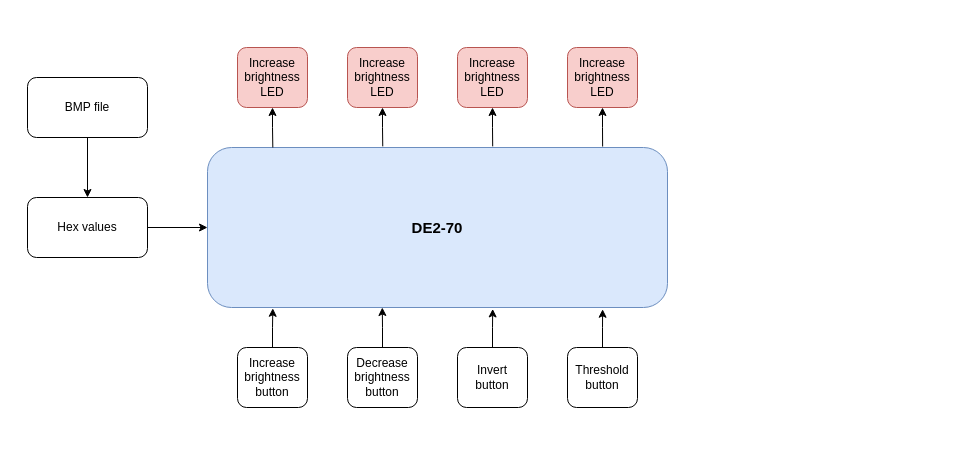
This is FPGA-Image-Processing.drawio from lukas0173/Draw.io, a draw.io file, before an edit. Source tidied: cells renumbered, new cells numbered last; positions are measured from the earlier drawing's top-left corner, leaving out a move shared by most shapes. Both pictures are drawn from the tidied source at 100%, with x=0, y=0 at pixel (27, 47).
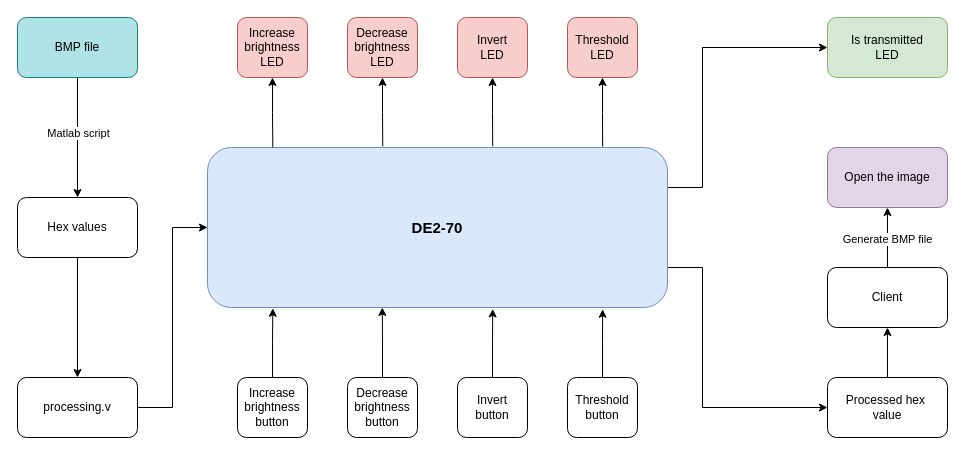
After the change.

The change refers to these unchanged cells:
```xml
<mxCell id="2" value="&lt;b&gt;&lt;font style=&quot;font-size: 15px;&quot;&gt;DE2-70&lt;/font&gt;&lt;/b&gt;" style="rounded=1;whiteSpace=wrap;html=1;fillColor=#dae8fc;strokeColor=#6c8ebf;" parent="1" vertex="1">
  <mxGeometry x="180" y="100" width="460" height="160" as="geometry" />
</mxCell>
<mxCell id="5" style="edgeStyle=orthogonalEdgeStyle;rounded=0;jettySize=auto;html=1;" parent="1" edge="1" source="6" target="4">
  <mxGeometry relative="1" as="geometry" />
</mxCell>
```

What changed in the source:
```diff
@@
+    <mxCell id="23" style="edgeStyle=orthogonalEdgeStyle;rounded=0;jettySize=auto;html=1;entryX=0;entryY=0.5;entryDx=0;entryDy=0;" parent="1" edge="1" source="2" target="33">
+      <mxGeometry relative="1" as="geometry">
+        <Array as="points">
+          <mxPoint x="675" y="140" />
+          <mxPoint x="675" />
+        </Array>
+      </mxGeometry>
+    </mxCell>
+    <mxCell id="24" style="edgeStyle=orthogonalEdgeStyle;rounded=0;jettySize=auto;html=1;entryX=0;entryY=0.5;entryDx=0;entryDy=0;" parent="1" edge="1" source="2" target="28">
+      <mxGeometry relative="1" as="geometry">
+        <Array as="points">
+          <mxPoint x="675" y="220" />
+          <mxPoint x="675" y="360" />
+        </Array>
+      </mxGeometry>
+    </mxCell>
@@
-    <mxCell id="3" style="edgeStyle=orthogonalEdgeStyle;rounded=0;jettySize=auto;html=1;" parent="1" edge="1" source="4" target="2">
-      <mxGeometry relative="1" as="geometry" />
-    </mxCell>
+    <mxCell id="25" style="edgeStyle=orthogonalEdgeStyle;rounded=0;jettySize=auto;html=1;" parent="1" edge="1" source="4" target="35">
+      <mxGeometry relative="1" as="geometry" />
+    </mxCell>
     <mxCell id="4" value="Hex values" style="rounded=1;whiteSpace=wrap;html=1;" parent="1" vertex="1">
-      <mxGeometry y="150" width="120" height="60" as="geometry" />
+      <mxGeometry x="-10" y="150" width="120" height="60" as="geometry" />
     </mxCell>
@@
+    <mxCell id="26" value="Matlab script" style="edgeLabel;html=1;align=center;verticalAlign=middle;" parent="5" vertex="1">
+      <mxGeometry x="-0.08" relative="1" as="geometry" />
+    </mxCell>
-    <mxCell id="6" value="BMP file" style="rounded=1;whiteSpace=wrap;html=1;" parent="1" vertex="1">
-      <mxGeometry y="30" width="120" height="60" as="geometry" />
+    <mxCell id="6" value="BMP file" style="rounded=1;whiteSpace=wrap;html=1;fillColor=#b0e3e6;strokeColor=#0e8088;" parent="1" vertex="1">
+      <mxGeometry x="-10" y="-30" width="120" height="60" as="geometry" />
     </mxCell>
     <mxCell id="7" value="&lt;div&gt;Increase&lt;/div&gt;&lt;div&gt;brightness&lt;/div&gt;&lt;div&gt;button&lt;br&gt;&lt;/div&gt;" style="rounded=1;whiteSpace=wrap;html=1;" parent="1" vertex="1">
-      <mxGeometry x="210" y="300" width="70" height="60" as="geometry" />
+      <mxGeometry x="210" y="330" width="70" height="60" as="geometry" />
     </mxCell>
     <mxCell id="8" value="&lt;div&gt;Decrease&lt;br&gt;&lt;/div&gt;&lt;div&gt;brightness&lt;/div&gt;&lt;div&gt;button&lt;br&gt;&lt;/div&gt;" style="rounded=1;whiteSpace=wrap;html=1;" parent="1" vertex="1">
-      <mxGeometry x="320" y="300" width="70" height="60" as="geometry" />
+      <mxGeometry x="320" y="330" width="70" height="60" as="geometry" />
     </mxCell>
     <mxCell id="9" value="&lt;div&gt;Invert&lt;/div&gt;&lt;div&gt;button&lt;br&gt;&lt;/div&gt;" style="rounded=1;whiteSpace=wrap;html=1;" parent="1" vertex="1">
-      <mxGeometry x="430" y="300" width="70" height="60" as="geometry" />
+      <mxGeometry x="430" y="330" width="70" height="60" as="geometry" />
     </mxCell>
     <mxCell id="10" value="&lt;div&gt;Threshold&lt;/div&gt;&lt;div&gt;button&lt;br&gt;&lt;/div&gt;" style="rounded=1;whiteSpace=wrap;html=1;" parent="1" vertex="1">
-      <mxGeometry x="540" y="300" width="70" height="60" as="geometry" />
+      <mxGeometry x="540" y="330" width="70" height="60" as="geometry" />
     </mxCell>
@@
     <mxCell id="15" value="&lt;div&gt;Increase&lt;/div&gt;&lt;div&gt;brightness&lt;/div&gt;&lt;div&gt;LED&lt;br&gt;&lt;/div&gt;" style="rounded=1;whiteSpace=wrap;html=1;fillColor=#f8cecc;strokeColor=#b85450;" parent="1" vertex="1">
-      <mxGeometry x="210" width="70" height="60" as="geometry" />
+      <mxGeometry x="210" y="-30" width="70" height="60" as="geometry" />
     </mxCell>
-    <mxCell id="16" value="&lt;div&gt;Increase&lt;/div&gt;&lt;div&gt;brightness&lt;/div&gt;&lt;div&gt;LED&lt;br&gt;&lt;/div&gt;" style="rounded=1;whiteSpace=wrap;html=1;fillColor=#f8cecc;strokeColor=#b85450;" parent="1" vertex="1">
-      <mxGeometry x="320" width="70" height="60" as="geometry" />
+    <mxCell id="16" value="&lt;div&gt;Decrease&lt;/div&gt;&lt;div&gt;brightness&lt;br&gt;&lt;/div&gt;&lt;div&gt;LED&lt;br&gt;&lt;/div&gt;" style="rounded=1;whiteSpace=wrap;html=1;fillColor=#f8cecc;strokeColor=#b85450;" parent="1" vertex="1">
+      <mxGeometry x="320" y="-30" width="70" height="60" as="geometry" />
     </mxCell>
-    <mxCell id="17" value="&lt;div&gt;Increase&lt;/div&gt;&lt;div&gt;brightness&lt;/div&gt;&lt;div&gt;LED&lt;br&gt;&lt;/div&gt;" style="rounded=1;whiteSpace=wrap;html=1;fillColor=#f8cecc;strokeColor=#b85450;" parent="1" vertex="1">
-      <mxGeometry x="430" width="70" height="60" as="geometry" />
+    <mxCell id="17" value="&lt;div&gt;Invert&lt;br&gt;&lt;/div&gt;&lt;div&gt;LED&lt;br&gt;&lt;/div&gt;" style="rounded=1;whiteSpace=wrap;html=1;fillColor=#f8cecc;strokeColor=#b85450;" parent="1" vertex="1">
+      <mxGeometry x="430" y="-30" width="70" height="60" as="geometry" />
     </mxCell>
-    <mxCell id="18" value="&lt;div&gt;Increase&lt;/div&gt;&lt;div&gt;brightness&lt;/div&gt;&lt;div&gt;LED&lt;br&gt;&lt;/div&gt;" style="rounded=1;whiteSpace=wrap;html=1;fillColor=#f8cecc;strokeColor=#b85450;" parent="1" vertex="1">
-      <mxGeometry x="540" width="70" height="60" as="geometry" />
+    <mxCell id="18" value="Threshold&lt;div&gt;LED&lt;br&gt;&lt;/div&gt;" style="rounded=1;whiteSpace=wrap;html=1;fillColor=#f8cecc;strokeColor=#b85450;" parent="1" vertex="1">
+      <mxGeometry x="540" y="-30" width="70" height="60" as="geometry" />
     </mxCell>
@@
+    <mxCell id="27" style="edgeStyle=orthogonalEdgeStyle;rounded=0;jettySize=auto;html=1;" parent="1" edge="1" source="28" target="31">
+      <mxGeometry relative="1" as="geometry" />
+    </mxCell>
+    <mxCell id="28" value="&lt;div&gt;Processed hex&amp;nbsp;&lt;/div&gt;&lt;div&gt;value&lt;/div&gt;" style="rounded=1;whiteSpace=wrap;html=1;" parent="1" vertex="1">
+      <mxGeometry x="800" y="330" width="120" height="60" as="geometry" />
+    </mxCell>
+    <mxCell id="29" style="edgeStyle=orthogonalEdgeStyle;rounded=0;jettySize=auto;html=1;" parent="1" edge="1" source="31" target="32">
+      <mxGeometry relative="1" as="geometry" />
+    </mxCell>
+    <mxCell id="30" value="Generate BMP file" style="edgeLabel;html=1;align=center;verticalAlign=middle;" parent="29" vertex="1">
+      <mxGeometry x="-0.05" y="1" relative="1" as="geometry" />
+    </mxCell>
+    <mxCell id="31" value="Client" style="rounded=1;whiteSpace=wrap;html=1;" parent="1" vertex="1">
+      <mxGeometry x="800" y="220" width="120" height="60" as="geometry" />
+    </mxCell>
+    <mxCell id="32" value="Open the image" style="rounded=1;whiteSpace=wrap;html=1;fillColor=#e1d5e7;strokeColor=#9673a6;" parent="1" vertex="1">
+      <mxGeometry x="800" y="100" width="120" height="60" as="geometry" />
+    </mxCell>
+    <mxCell id="33" value="&lt;div&gt;Is transmitted&lt;/div&gt;&lt;div&gt;LED&lt;br&gt;&lt;/div&gt;" style="rounded=1;whiteSpace=wrap;html=1;fillColor=#d5e8d4;strokeColor=#82b366;" parent="1" vertex="1">
+      <mxGeometry x="800" y="-30" width="120" height="60" as="geometry" />
+    </mxCell>
+    <mxCell id="34" style="edgeStyle=orthogonalEdgeStyle;rounded=0;jettySize=auto;html=1;entryX=0;entryY=0.5;entryDx=0;entryDy=0;" parent="1" edge="1" source="35" target="2">
+      <mxGeometry relative="1" as="geometry" />
+    </mxCell>
+    <mxCell id="35" value="processing.v" style="rounded=1;whiteSpace=wrap;html=1;" parent="1" vertex="1">
+      <mxGeometry x="-10" y="330" width="120" height="60" as="geometry" />
+    </mxCell>
```
